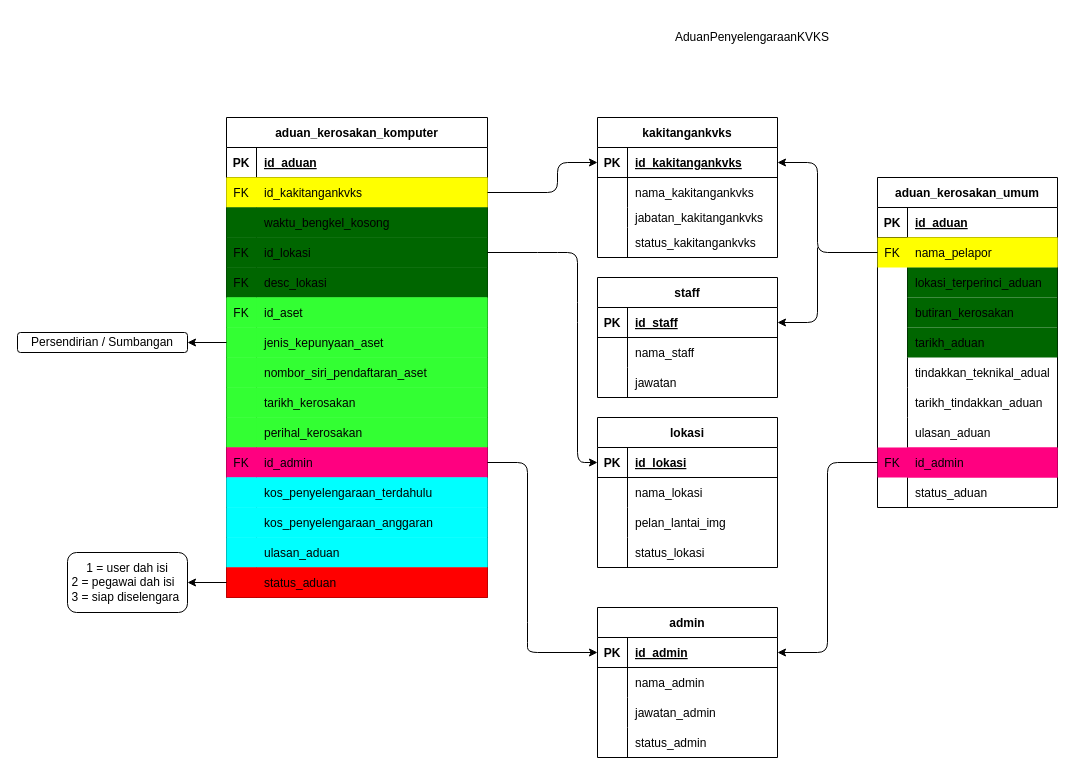
The draw.io diagram documentation/erd.drawio in Danialdev01/AduanPenyelengaraanKVKS, before the edit. Source tidied: cells renumbered, new cells numbered last; positions are measured from the earlier drawing's top-left corner, leaving out a move shared by most shapes. Both pictures are drawn from the tidied source at 100%, with x=0, y=0 at pixel (17, 17).
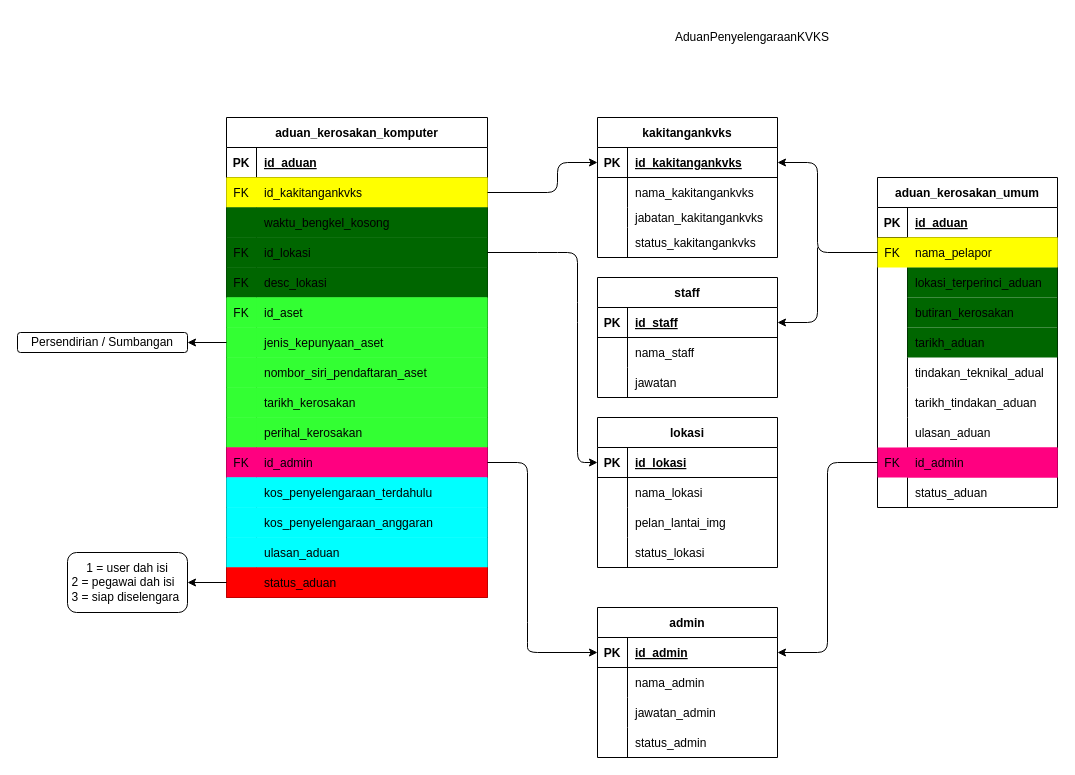
After the change.

The change refers to these unchanged cells:
```xml
<mxCell id="111" style="shape=tableRow;horizontal=0;startSize=0;swimlaneHead=0;swimlaneBody=0;fillColor=none;top=0;left=0;right=0;bottom=0;" parent="95" vertex="1">
  <mxGeometry y="180" width="180" height="30" as="geometry" />
</mxCell>
<mxCell id="114" style="shape=tableRow;horizontal=0;startSize=0;swimlaneHead=0;swimlaneBody=0;fillColor=none;top=0;left=0;right=0;bottom=0;" parent="95" vertex="1">
  <mxGeometry y="210" width="180" height="30" as="geometry" />
</mxCell>
```

Diff of the diagram source:
```diff
@@
-    <mxCell id="113" value="tindakkan_teknikal_adual" style="shape=partialRectangle;fillColor=none;top=0;left=0;bottom=0;right=0;align=left;spacingLeft=6;overflow=hidden;" parent="111" vertex="1">
+    <mxCell id="113" value="tindakan_teknikal_adual" style="shape=partialRectangle;fillColor=none;top=0;left=0;bottom=0;right=0;align=left;spacingLeft=6;overflow=hidden;" parent="111" vertex="1">
       <mxGeometry x="30" width="150" height="30" as="geometry" />
     </mxCell>
@@
-    <mxCell id="116" value="tarikh_tindakkan_aduan" style="shape=partialRectangle;fillColor=none;top=0;left=0;bottom=0;right=0;align=left;spacingLeft=6;overflow=hidden;" parent="114" vertex="1">
+    <mxCell id="116" value="tarikh_tindakan_aduan" style="shape=partialRectangle;fillColor=none;top=0;left=0;bottom=0;right=0;align=left;spacingLeft=6;overflow=hidden;" parent="114" vertex="1">
       <mxGeometry x="30" width="150" height="30" as="geometry" />
     </mxCell>
```
